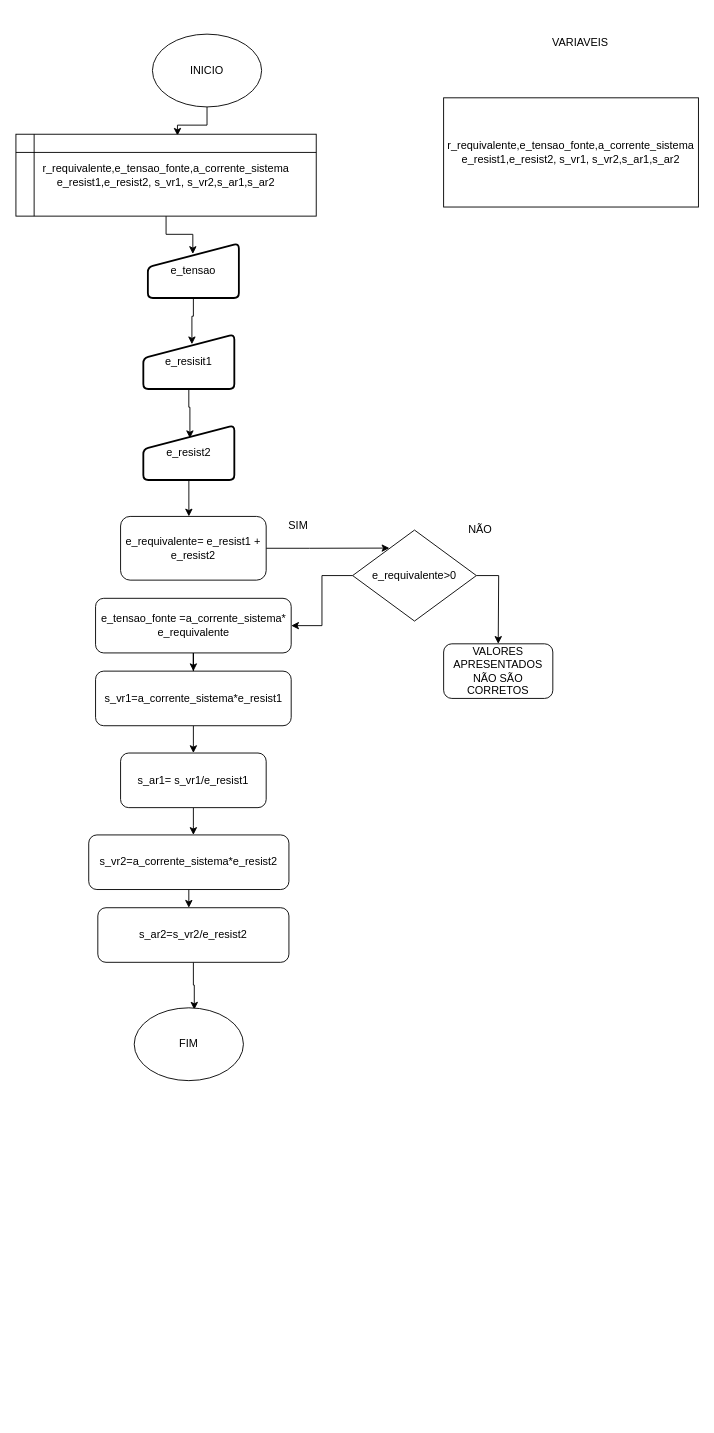
Above: R1 R2 TENSAO AMPER (SERIE)/Untitled Diagram.drawio in ALAN-CUSTODIO/FATEC-ELETRONICA-0732013044-ALAN.C (draw.io), before the change. Source tidied: cells renumbered, new cells numbered last; positions are measured from the earlier drawing's top-left corner, leaving out a move shared by most shapes. Both pictures are drawn from the tidied source at 91%, with x=0, y=0 at pixel (15, 34).
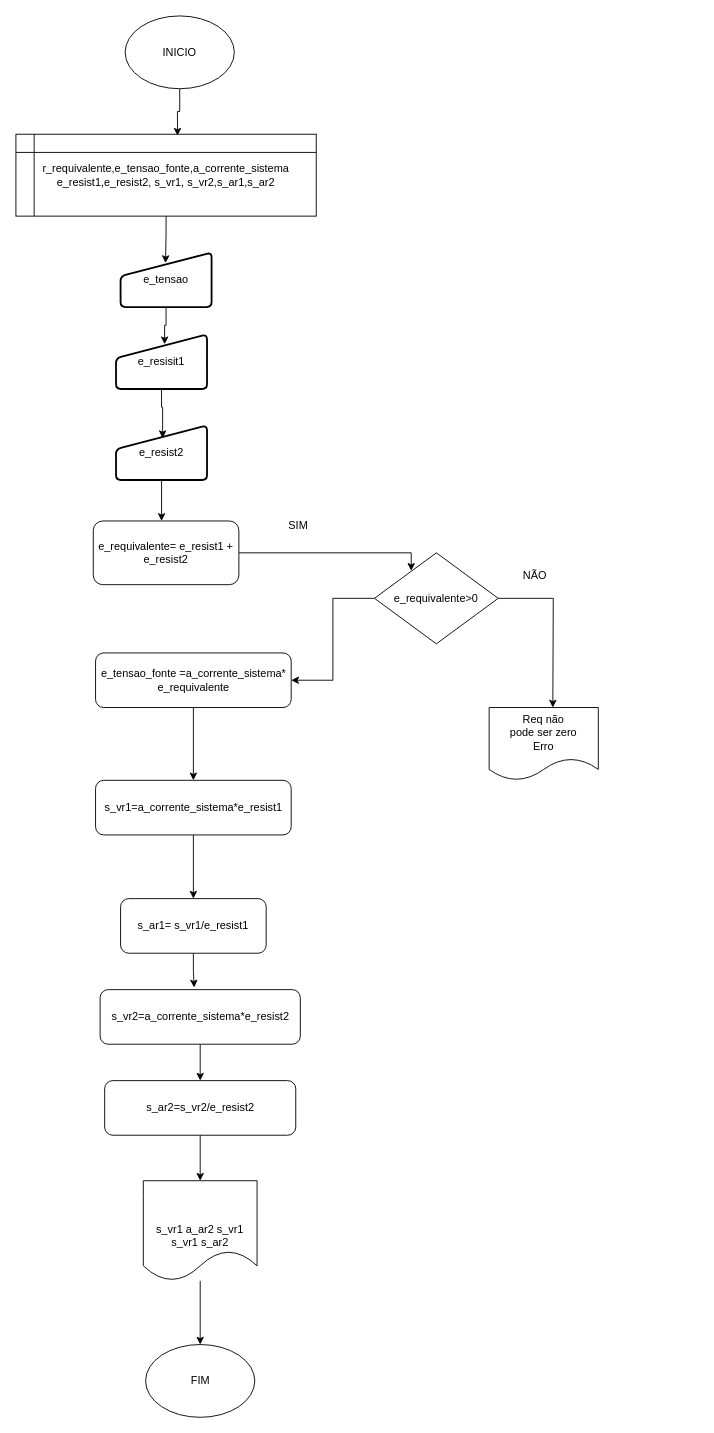
After the change.

Commit message:
Atualizar Diagrama sem título.drawio

Diff of the diagram source:
```diff
@@
     <mxCell id="3" value="INICIO" style="ellipse;whiteSpace=wrap;html=1;" parent="1" vertex="1">
-      <mxGeometry x="150" width="120" height="80" as="geometry" />
+      <mxGeometry x="120" y="-20" width="120" height="80" as="geometry" />
     </mxCell>
-    <mxCell id="4" value="VARIAVEIS" style="text;html=1;align=center;verticalAlign=middle;" parent="1" vertex="1">
-      <mxGeometry x="580" width="80" height="20" as="geometry" />
-    </mxCell>
-    <mxCell id="5" value="&lt;font style=&quot;font-size: 12px&quot;&gt;r_requivalente,e_tensao_fonte,a_corrente_sistema e_resist1,e_resist2, s_vr1, s_vr2,s_ar1,s_ar2&lt;/font&gt;" style="rounded=0;whiteSpace=wrap;html=1;" parent="1" vertex="1">
-      <mxGeometry x="470" y="70" width="280" height="120" as="geometry" />
-    </mxCell>
@@
     <mxCell id="9" value="e_resisit1" style="html=1;strokeWidth=2;shape=manualInput;whiteSpace=wrap;rounded=1;size=26;arcSize=11;" parent="1" vertex="1">
-      <mxGeometry x="140" y="330" width="100" height="60" as="geometry" />
+      <mxGeometry x="110" y="330" width="100" height="60" as="geometry" />
     </mxCell>
@@
     <mxCell id="11" value="e_tensao" style="html=1;strokeWidth=2;shape=manualInput;whiteSpace=wrap;rounded=1;size=26;arcSize=11;" parent="1" vertex="1">
-      <mxGeometry x="145" y="230" width="100" height="60" as="geometry" />
+      <mxGeometry x="115" y="240" width="100" height="60" as="geometry" />
     </mxCell>
@@
     <mxCell id="13" value="e_resist2" style="html=1;strokeWidth=2;shape=manualInput;whiteSpace=wrap;rounded=1;size=26;arcSize=11;" parent="1" vertex="1">
-      <mxGeometry x="140" y="430" width="100" height="60" as="geometry" />
+      <mxGeometry x="110" y="430" width="100" height="60" as="geometry" />
     </mxCell>
     <mxCell id="14" style="edgeStyle=orthogonalEdgeStyle;rounded=0;jettySize=auto;html=1;entryX=0.297;entryY=0.198;entryDx=0;entryDy=0;entryPerimeter=0;" parent="1" edge="1" source="15" target="28">
-      <mxGeometry relative="1" as="geometry" />
+      <mxGeometry relative="1" as="geometry">
+        <Array as="points">
+          <mxPoint x="434" y="570" />
+        </Array>
+      </mxGeometry>
     </mxCell>
     <mxCell id="15" value="e_requivalente= e_resist1 + e_resist2" style="rounded=1;whiteSpace=wrap;html=1;" parent="1" vertex="1">
-      <mxGeometry x="115" y="530" width="160" height="70" as="geometry" />
+      <mxGeometry x="85" y="535" width="160" height="70" as="geometry" />
     </mxCell>
@@
     <mxCell id="17" value="e_tensao_fonte =a_corrente_sistema* e_requivalente" style="rounded=1;whiteSpace=wrap;html=1;" parent="1" vertex="1">
-      <mxGeometry x="87.5" y="620" width="215" height="60" as="geometry" />
+      <mxGeometry x="87.5" y="680" width="215" height="60" as="geometry" />
     </mxCell>
-    <mxCell id="18" style="edgeStyle=orthogonalEdgeStyle;rounded=0;jettySize=auto;html=1;" parent="1" edge="1" source="19">
-      <mxGeometry relative="1" as="geometry">
-        <mxPoint x="195" y="790" as="targetPoint" />
-      </mxGeometry>
+    <mxCell id="18" style="edgeStyle=orthogonalEdgeStyle;rounded=0;jettySize=auto;html=1;entryX=0.5;entryY=0;entryDx=0;entryDy=0;" parent="1" edge="1" source="19" target="21">
+      <mxGeometry relative="1" as="geometry" />
     </mxCell>
     <mxCell id="19" value="s_vr1=a_corrente_sistema*e_resist1" style="rounded=1;whiteSpace=wrap;html=1;" parent="1" vertex="1">
-      <mxGeometry x="87.5" y="700" width="215" height="60" as="geometry" />
+      <mxGeometry x="87.5" y="820" width="215" height="60" as="geometry" />
     </mxCell>
-    <mxCell id="20" style="edgeStyle=orthogonalEdgeStyle;rounded=0;jettySize=auto;html=1;" parent="1" edge="1" source="21">
-      <mxGeometry relative="1" as="geometry">
-        <mxPoint x="195" y="880" as="targetPoint" />
-      </mxGeometry>
-    </mxCell>
+    <mxCell id="33" style="edgeStyle=orthogonalEdgeStyle;rounded=0;jettySize=auto;html=1;entryX=0.47;entryY=-0.039;entryDx=0;entryDy=0;entryPerimeter=0;" parent="1" edge="1" source="21" target="23">
+      <mxGeometry relative="1" as="geometry" />
+    </mxCell>
     <mxCell id="21" value="s_ar1= s_vr1/e_resist1" style="rounded=1;whiteSpace=wrap;html=1;" parent="1" vertex="1">
-      <mxGeometry x="115" y="790" width="160" height="60" as="geometry" />
+      <mxGeometry x="115" y="950" width="160" height="60" as="geometry" />
     </mxCell>
-    <mxCell id="22" style="edgeStyle=orthogonalEdgeStyle;rounded=0;jettySize=auto;html=1;" parent="1" edge="1" source="23">
-      <mxGeometry relative="1" as="geometry">
-        <mxPoint x="190" y="960" as="targetPoint" />
-      </mxGeometry>
-    </mxCell>
+    <mxCell id="34" style="edgeStyle=orthogonalEdgeStyle;rounded=0;jettySize=auto;html=1;entryX=0.5;entryY=0;entryDx=0;entryDy=0;" parent="1" edge="1" source="23" target="25">
+      <mxGeometry relative="1" as="geometry" />
+    </mxCell>
     <mxCell id="23" value="s_vr2=a_corrente_sistema*e_resist2" style="rounded=1;whiteSpace=wrap;html=1;" parent="1" vertex="1">
-      <mxGeometry x="80" y="880" width="220" height="60" as="geometry" />
+      <mxGeometry x="92.5" y="1050" width="220" height="60" as="geometry" />
     </mxCell>
-    <mxCell id="24" style="edgeStyle=orthogonalEdgeStyle;rounded=0;jettySize=auto;html=1;entryX=0.55;entryY=0.025;entryDx=0;entryDy=0;entryPerimeter=0;" parent="1" edge="1" source="25" target="32">
-      <mxGeometry relative="1" as="geometry" />
-    </mxCell>
+    <mxCell id="35" style="edgeStyle=orthogonalEdgeStyle;rounded=0;jettySize=auto;html=1;entryX=0.5;entryY=0;entryDx=0;entryDy=0;" parent="1" edge="1" source="25" target="38">
+      <mxGeometry relative="1" as="geometry" />
+    </mxCell>
     <mxCell id="25" value="s_ar2=s_vr2/e_resist2" style="rounded=1;whiteSpace=wrap;html=1;" parent="1" vertex="1">
-      <mxGeometry x="90" y="960" width="210" height="60" as="geometry" />
+      <mxGeometry x="97.5" y="1150" width="210" height="60" as="geometry" />
     </mxCell>
@@
-    <mxCell id="27" style="edgeStyle=orthogonalEdgeStyle;rounded=0;jettySize=auto;html=1;exitX=1;exitY=0.5;exitDx=0;exitDy=0;" parent="1" edge="1" source="28">
-      <mxGeometry relative="1" as="geometry">
-        <mxPoint x="530" y="670" as="targetPoint" />
-      </mxGeometry>
-    </mxCell>
+    <mxCell id="36" style="edgeStyle=orthogonalEdgeStyle;rounded=0;jettySize=auto;html=1;" parent="1" edge="1" source="28">
+      <mxGeometry relative="1" as="geometry">
+        <mxPoint x="590" y="740" as="targetPoint" />
+      </mxGeometry>
+    </mxCell>
     <mxCell id="28" value="e_requivalente&amp;gt;0" style="rhombus;whiteSpace=wrap;html=1;" parent="1" vertex="1">
-      <mxGeometry x="370" y="545" width="136" height="100" as="geometry" />
+      <mxGeometry x="394" y="570" width="136" height="100" as="geometry" />
     </mxCell>
@@
     <mxCell id="30" value="NÃO" style="text;html=1;align=center;verticalAlign=middle;" parent="1" vertex="1">
-      <mxGeometry x="490" y="535" width="40" height="20" as="geometry" />
+      <mxGeometry x="550" y="585" width="40" height="20" as="geometry" />
     </mxCell>
-    <mxCell id="31" value="VALORES APRESENTADOS NÃO SÃO CORRETOS" style="rounded=1;whiteSpace=wrap;html=1;" parent="1" vertex="1">
-      <mxGeometry x="470" y="670" width="120" height="60" as="geometry" />
-    </mxCell>
     <mxCell id="32" value="FIM" style="ellipse;whiteSpace=wrap;html=1;" parent="1" vertex="1">
-      <mxGeometry x="130" y="1070" width="120" height="80" as="geometry" />
+      <mxGeometry x="142.5" y="1440" width="120" height="80" as="geometry" />
     </mxCell>
+    <mxCell id="37" style="edgeStyle=orthogonalEdgeStyle;rounded=0;jettySize=auto;html=1;" parent="1" edge="1" source="38" target="32">
+      <mxGeometry relative="1" as="geometry" />
+    </mxCell>
+    <mxCell id="38" value="&lt;font&gt;&lt;/font&gt;&lt;br&gt;&lt;br&gt;&lt;font&gt;&lt;br&gt; &lt;/font&gt;&lt;font&gt; s_vr1 a_ar2 s_vr1 s_vr1 s_ar2 &lt;/font&gt;&lt;font&gt;&lt;br&gt;&lt;/font&gt;" style="shape=document;whiteSpace=wrap;html=1;boundedLbl=1;" parent="1" vertex="1">
+      <mxGeometry x="140" y="1260" width="125" height="110" as="geometry" />
+    </mxCell>
+    <mxCell id="39" value="&lt;font&gt;&lt;font&gt;&lt;font&gt;Req não&lt;br&gt;pode ser zero&lt;br&gt;&lt;/font&gt;&lt;font&gt;Erro&lt;/font&gt;&lt;/font&gt;&lt;br&gt;&lt;/font&gt;" style="shape=document;whiteSpace=wrap;html=1;boundedLbl=1;" parent="1" vertex="1">
+      <mxGeometry x="520" y="740" width="120" height="80" as="geometry" />
+    </mxCell>
```
